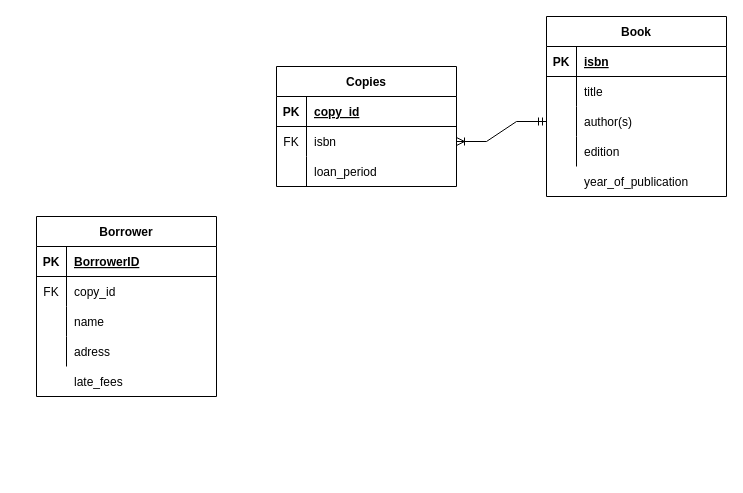
Before: Untitled Diagram.drawio in 02powermax09/02powermax09, a draw.io diagram. Source tidied: cells renumbered, new cells numbered last; positions are measured from the earlier drawing's top-left corner, leaving out a move shared by most shapes. Both pictures are drawn from the tidied source at 100%, with x=0, y=0 at pixel (36, 16).
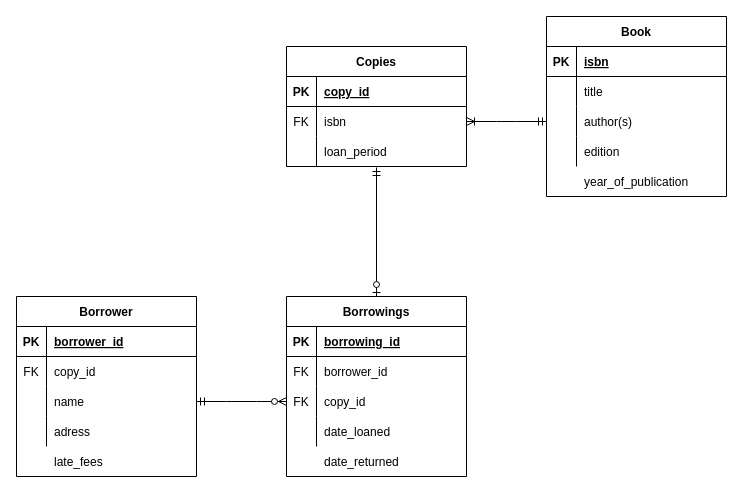
After the change.

The change refers to these unchanged cells:
```xml
<mxCell id="26" style="shape=partialRectangle;fillColor=none;top=0;left=0;bottom=0;right=0;points=[[0,0.5],[1,0.5]];portConstraint=eastwest;" parent="19" vertex="1">
  <mxGeometry y="90" width="180" height="30" as="geometry" />
</mxCell>
<mxCell id="31" style="shape=partialRectangle;fillColor=none;top=0;left=0;bottom=1;right=0;" parent="30" vertex="1">
  <mxGeometry y="30" width="180" height="30" as="geometry" />
</mxCell>
<mxCell id="37" style="shape=partialRectangle;fillColor=none;top=0;left=0;bottom=0;right=0;points=[[0,0.5],[1,0.5]];portConstraint=eastwest;" parent="30" vertex="1">
  <mxGeometry y="90" width="180" height="30" as="geometry" />
</mxCell>
```

Change to the diagram source:
```diff
@@
     <mxCell id="19" value="Copies" style="shape=table;startSize=30;childLayout=tableLayout;rowLines=0;fontStyle=1;align=center;" parent="1" vertex="1">
-      <mxGeometry x="240" y="50" width="180" height="120" as="geometry" />
+      <mxGeometry x="250" y="30" width="180" height="120" as="geometry" />
     </mxCell>
@@
+    <mxCell id="46" style="group;" parent="1" vertex="1">
+      <mxGeometry x="-20" y="280" width="180" height="180" as="geometry" />
+    </mxCell>
-    <mxCell id="30" value="Borrower" style="shape=table;startSize=30;childLayout=tableLayout;rowLines=0;fontStyle=1;align=center;" parent="1" vertex="1">
-      <mxGeometry y="200" width="180" height="180" as="geometry" />
+    <mxCell id="30" value="Borrower" style="shape=table;startSize=30;childLayout=tableLayout;rowLines=0;fontStyle=1;align=center;" parent="46" vertex="1">
+      <mxGeometry width="180" height="180" as="geometry" />
     </mxCell>
@@
-    <mxCell id="33" value="BorrowerID" style="shape=partialRectangle;fillColor=none;top=0;left=0;bottom=0;right=0;align=left;spacingLeft=6;fontStyle=5;overflow=hidden;" parent="31" vertex="1">
+    <mxCell id="33" value="borrower_id" style="shape=partialRectangle;fillColor=none;top=0;left=0;bottom=0;right=0;align=left;spacingLeft=6;fontStyle=5;overflow=hidden;" parent="31" vertex="1">
       <mxGeometry x="30" width="150" height="30" as="geometry" />
     </mxCell>
@@
-    <mxCell id="43" style="shape=partialRectangle;fillColor=none;top=0;left=0;bottom=0;right=0;" parent="1" vertex="1">
-      <mxGeometry y="350" width="180" height="30" as="geometry" />
+    <mxCell id="43" style="shape=partialRectangle;fillColor=none;top=0;left=0;bottom=0;right=0;" parent="46" vertex="1">
+      <mxGeometry y="150" width="180" height="30" as="geometry" />
     </mxCell>
@@
+    <mxCell id="47" style="group;" parent="1" vertex="1">
+      <mxGeometry x="250" y="280" width="180" height="180" as="geometry" />
+    </mxCell>
+    <mxCell id="48" value="Borrowings" style="shape=table;startSize=30;childLayout=tableLayout;rowLines=0;fontStyle=1;align=center;" parent="47" vertex="1">
+      <mxGeometry width="180" height="180" as="geometry" />
+    </mxCell>
+    <mxCell id="49" style="shape=partialRectangle;fillColor=none;top=0;left=0;bottom=1;right=0;" parent="48" vertex="1">
+      <mxGeometry y="30" width="180" height="30" as="geometry" />
+    </mxCell>
+    <mxCell id="50" value="PK" style="shape=partialRectangle;fillColor=none;top=0;left=0;bottom=0;right=0;fontStyle=1;overflow=hidden;" parent="49" vertex="1">
+      <mxGeometry width="30" height="30" as="geometry" />
+    </mxCell>
+    <mxCell id="51" value="borrowing_id" style="shape=partialRectangle;fillColor=none;top=0;left=0;bottom=0;right=0;align=left;spacingLeft=6;fontStyle=5;overflow=hidden;" parent="49" vertex="1">
+      <mxGeometry x="30" width="150" height="30" as="geometry" />
+    </mxCell>
+    <mxCell id="52" style="shape=partialRectangle;fillColor=none;top=0;left=0;bottom=0;right=0;" parent="48" vertex="1">
+      <mxGeometry y="60" width="180" height="30" as="geometry" />
+    </mxCell>
+    <mxCell id="53" value="FK" style="shape=partialRectangle;fillColor=none;top=0;left=0;bottom=0;right=0;overflow=hidden;" parent="52" vertex="1">
+      <mxGeometry width="30" height="30" as="geometry" />
+    </mxCell>
+    <mxCell id="54" value="borrower_id" style="shape=partialRectangle;fillColor=none;top=0;left=0;bottom=0;right=0;align=left;spacingLeft=6;overflow=hidden;" parent="52" vertex="1">
+      <mxGeometry x="30" width="150" height="30" as="geometry" />
+    </mxCell>
+    <mxCell id="55" style="shape=partialRectangle;fillColor=none;top=0;left=0;bottom=0;right=0;points=[[0,0.5],[1,0.5]];portConstraint=eastwest;" parent="48" vertex="1">
+      <mxGeometry y="90" width="180" height="30" as="geometry" />
+    </mxCell>
+    <mxCell id="56" value="FK" style="shape=partialRectangle;fillColor=none;top=0;left=0;bottom=0;right=0;overflow=hidden;" parent="55" vertex="1">
+      <mxGeometry width="30" height="30" as="geometry" />
+    </mxCell>
+    <mxCell id="57" value="copy_id" style="shape=partialRectangle;fillColor=none;top=0;left=0;bottom=0;right=0;align=left;spacingLeft=6;overflow=hidden;" parent="55" vertex="1">
+      <mxGeometry x="30" width="150" height="30" as="geometry" />
+    </mxCell>
+    <mxCell id="58" style="shape=partialRectangle;fillColor=none;top=0;left=0;bottom=0;right=0;" parent="48" vertex="1">
+      <mxGeometry y="120" width="180" height="30" as="geometry" />
+    </mxCell>
+    <mxCell id="59" style="shape=partialRectangle;fillColor=none;top=0;left=0;bottom=0;right=0;overflow=hidden;" parent="58" vertex="1">
+      <mxGeometry width="30" height="30" as="geometry" />
+    </mxCell>
+    <mxCell id="60" style="shape=partialRectangle;fillColor=none;top=0;left=0;bottom=0;right=0;align=left;spacingLeft=6;overflow=hidden;" parent="58" vertex="1">
+      <mxGeometry x="30" width="150" height="30" as="geometry" />
+    </mxCell>
+    <mxCell id="61" style="shape=partialRectangle;fillColor=none;top=0;left=0;bottom=0;right=0;" parent="47" vertex="1">
+      <mxGeometry y="120" width="180" height="30" as="geometry" />
+    </mxCell>
+    <mxCell id="62" value="date_loaned" style="shape=partialRectangle;fillColor=none;top=0;left=0;bottom=0;right=0;align=left;spacingLeft=6;overflow=hidden;" parent="61" vertex="1">
+      <mxGeometry x="30" width="150" height="30" as="geometry" />
+    </mxCell>
+    <mxCell id="63" style="shape=partialRectangle;fillColor=none;top=0;left=0;bottom=0;right=0;" parent="47" vertex="1">
+      <mxGeometry y="150" width="180" height="30" as="geometry" />
+    </mxCell>
+    <mxCell id="64" value="date_returned" style="shape=partialRectangle;fillColor=none;top=0;left=0;bottom=0;right=0;align=left;spacingLeft=6;overflow=hidden;" parent="63" vertex="1">
+      <mxGeometry x="30" width="150" height="30" as="geometry" />
+    </mxCell>
+    <mxCell id="65" style="edgeStyle=entityRelationEdgeStyle;fontSize=12;html=1;endArrow=ERzeroToMany;startArrow=ERmandOne;rounded=0;entryX=0;entryY=0.5;entryDx=0;entryDy=0;exitX=1;exitY=0.5;exitDx=0;exitDy=0;" parent="1" edge="1" source="37" target="55">
+      <mxGeometry relative="1" as="geometry" />
+    </mxCell>
+    <mxCell id="66" style="fontSize=12;html=1;endArrow=ERzeroToOne;startArrow=ERmandOne;rounded=0;entryX=0.5;entryY=0;entryDx=0;entryDy=0;exitX=0.5;exitY=1.033;exitDx=0;exitDy=0;exitPerimeter=0;" parent="1" edge="1" source="26" target="48">
+      <mxGeometry relative="1" as="geometry" />
+    </mxCell>
```
